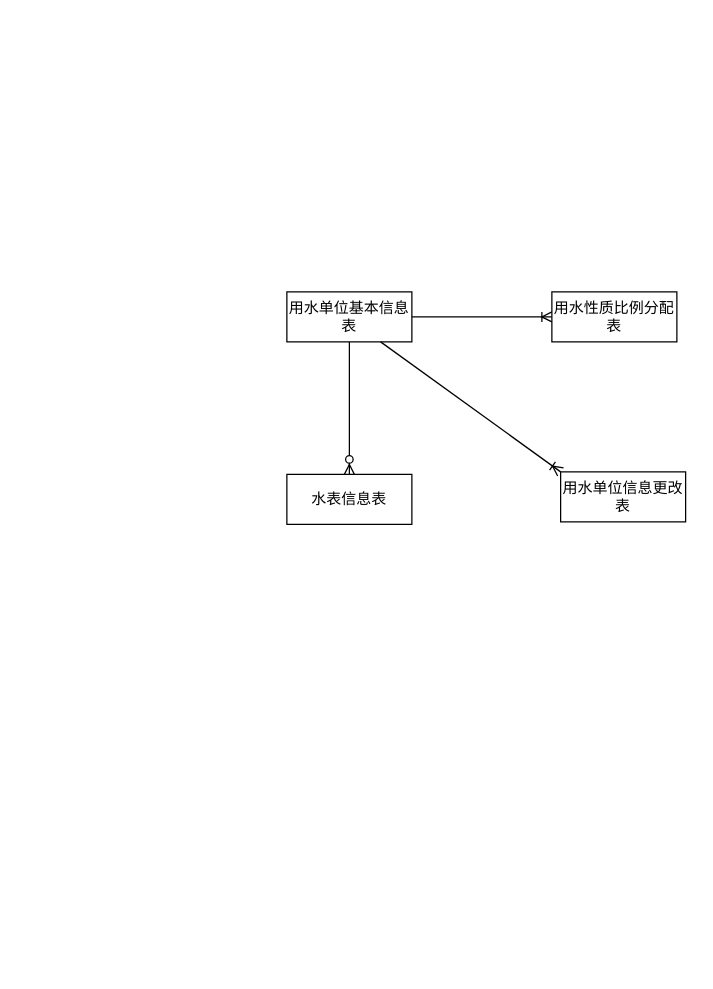
Before: file/jser.drawio in DORcode/admin-demo, a draw.io diagram. Source tidied: cells renumbered, new cells numbered last; positions are measured from the earlier drawing's top-left corner, leaving out a move shared by most shapes. Both pictures are drawn from the tidied source at 125%, with x=0, y=0 at pixel (286, 291).
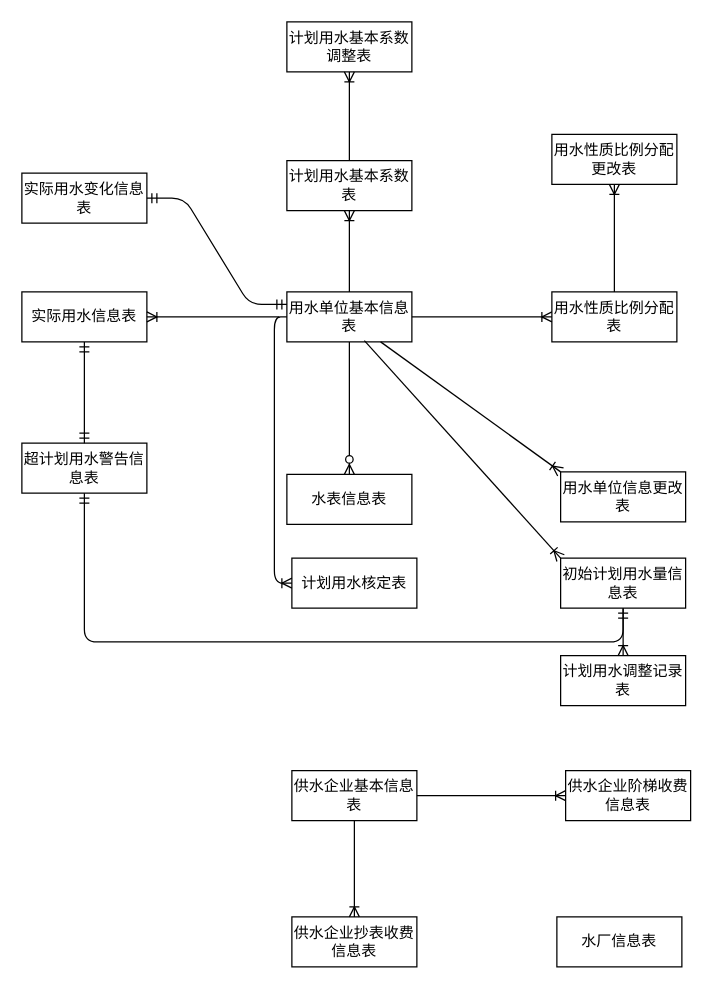
Above is the later version.

The edit, as a diff of the source:
```diff
@@
-    <mxCell id="2" value="用水单位基本信息表" style="whiteSpace=wrap;html=1;align=center;" parent="1" vertex="1">
+    <mxCell id="2" value="用水单位基本信息表" style="whiteSpace=wrap;html=1;align=center;fontFamily=仿宋;" parent="1" vertex="1">
       <mxGeometry width="100" height="40" as="geometry" />
     </mxCell>
-    <mxCell id="3" value="用水性质比例分配表" style="whiteSpace=wrap;html=1;align=center;" parent="1" vertex="1">
+    <mxCell id="3" value="用水性质比例分配表" style="whiteSpace=wrap;html=1;align=center;fontFamily=仿宋;" parent="1" vertex="1">
       <mxGeometry x="212" width="100" height="40" as="geometry" />
     </mxCell>
-    <mxCell id="4" style="edgeStyle=entityRelationEdgeStyle;fontSize=12;html=1;endArrow=ERoneToMany;exitX=1;exitY=0.5;exitDx=0;exitDy=0;entryX=0;entryY=0.5;entryDx=0;entryDy=0;" parent="1" edge="1" source="2" target="3">
+    <mxCell id="4" style="edgeStyle=entityRelationEdgeStyle;fontSize=12;html=1;endArrow=ERoneToMany;exitX=1;exitY=0.5;exitDx=0;exitDy=0;entryX=0;entryY=0.5;entryDx=0;entryDy=0;fontFamily=仿宋;" parent="1" edge="1" source="2" target="3">
       <mxGeometry relative="1" as="geometry" />
     </mxCell>
-    <mxCell id="5" value="水表信息表" style="whiteSpace=wrap;html=1;align=center;" parent="1" vertex="1">
+    <mxCell id="5" value="水表信息表" style="whiteSpace=wrap;html=1;align=center;fontFamily=仿宋;" parent="1" vertex="1">
       <mxGeometry y="146" width="100" height="40" as="geometry" />
     </mxCell>
-    <mxCell id="6" style="fontSize=12;html=1;endArrow=ERzeroToMany;endFill=1;exitX=0.5;exitY=1;exitDx=0;exitDy=0;entryX=0.5;entryY=0;entryDx=0;entryDy=0;" parent="1" edge="1" source="2" target="5">
+    <mxCell id="6" style="fontSize=12;html=1;endArrow=ERzeroToMany;endFill=1;exitX=0.5;exitY=1;exitDx=0;exitDy=0;entryX=0.5;entryY=0;entryDx=0;entryDy=0;fontFamily=仿宋;" parent="1" edge="1" source="2" target="5">
       <mxGeometry relative="1" as="geometry" />
     </mxCell>
-    <mxCell id="7" value="用水单位信息更改表" style="whiteSpace=wrap;html=1;align=center;" parent="1" vertex="1">
+    <mxCell id="7" value="用水单位信息更改表" style="whiteSpace=wrap;html=1;align=center;fontFamily=仿宋;" parent="1" vertex="1">
       <mxGeometry x="219" y="144" width="100" height="40" as="geometry" />
     </mxCell>
-    <mxCell id="8" style="fontSize=12;html=1;endArrow=ERoneToMany;exitX=0.75;exitY=1;exitDx=0;exitDy=0;entryX=0;entryY=0;entryDx=0;entryDy=0;" parent="1" edge="1" source="2" target="7">
+    <mxCell id="8" style="fontSize=12;html=1;endArrow=ERoneToMany;exitX=0.75;exitY=1;exitDx=0;exitDy=0;entryX=0;entryY=0;entryDx=0;entryDy=0;fontFamily=仿宋;" parent="1" edge="1" source="2" target="7">
       <mxGeometry relative="1" as="geometry" />
     </mxCell>
+    <mxCell id="9" value="用水性质比例分配更改表" style="whiteSpace=wrap;html=1;align=center;fontFamily=仿宋;" parent="1" vertex="1">
+      <mxGeometry x="212" y="-126" width="100" height="40" as="geometry" />
+    </mxCell>
+    <mxCell id="10" style="fontSize=12;html=1;endArrow=ERoneToMany;exitX=0.5;exitY=0;exitDx=0;exitDy=0;entryX=0.5;entryY=1;entryDx=0;entryDy=0;fontFamily=仿宋;" parent="1" edge="1" source="3" target="9">
+      <mxGeometry relative="1" as="geometry" />
+    </mxCell>
+    <mxCell id="11" value="供水企业基本信息表" style="whiteSpace=wrap;html=1;align=center;fontFamily=仿宋;" parent="1" vertex="1">
+      <mxGeometry x="4" y="383" width="100" height="40" as="geometry" />
+    </mxCell>
+    <mxCell id="12" value="供水企业阶梯收费信息表" style="whiteSpace=wrap;html=1;align=center;fontFamily=仿宋;" parent="1" vertex="1">
+      <mxGeometry x="223" y="383" width="100" height="40" as="geometry" />
+    </mxCell>
+    <mxCell id="13" value="供水企业抄表收费信息表" style="whiteSpace=wrap;html=1;align=center;fontFamily=仿宋;" parent="1" vertex="1">
+      <mxGeometry x="4" y="500" width="100" height="40" as="geometry" />
+    </mxCell>
+    <mxCell id="14" value="水厂信息表" style="whiteSpace=wrap;html=1;align=center;fontFamily=仿宋;" parent="1" vertex="1">
+      <mxGeometry x="216" y="500" width="100" height="40" as="geometry" />
+    </mxCell>
+    <mxCell id="15" value="计划用水核定表" style="whiteSpace=wrap;html=1;align=center;fontFamily=仿宋;" parent="1" vertex="1">
+      <mxGeometry x="4" y="213" width="100" height="40" as="geometry" />
+    </mxCell>
+    <mxCell id="16" value="初始计划用水量信息表" style="whiteSpace=wrap;html=1;align=center;fontFamily=仿宋;" parent="1" vertex="1">
+      <mxGeometry x="219" y="213" width="100" height="40" as="geometry" />
+    </mxCell>
+    <mxCell id="17" value="计划用水调整记录表" style="whiteSpace=wrap;html=1;align=center;fontFamily=仿宋;" parent="1" vertex="1">
+      <mxGeometry x="219" y="291" width="100" height="40" as="geometry" />
+    </mxCell>
+    <mxCell id="18" value="计划用水基本系数表" style="whiteSpace=wrap;html=1;align=center;fontFamily=仿宋;" parent="1" vertex="1">
+      <mxGeometry y="-105" width="100" height="40" as="geometry" />
+    </mxCell>
+    <mxCell id="19" value="计划用水基本系数调整表" style="whiteSpace=wrap;html=1;align=center;fontFamily=仿宋;" parent="1" vertex="1">
+      <mxGeometry y="-216" width="100" height="40" as="geometry" />
+    </mxCell>
+    <mxCell id="20" value="实际用水信息表" style="whiteSpace=wrap;html=1;align=center;fontFamily=仿宋;" parent="1" vertex="1">
+      <mxGeometry x="-212" width="100" height="40" as="geometry" />
+    </mxCell>
+    <mxCell id="21" value="实际用水变化信息表" style="whiteSpace=wrap;html=1;align=center;fontFamily=仿宋;" parent="1" vertex="1">
+      <mxGeometry x="-212" y="-95" width="100" height="40" as="geometry" />
+    </mxCell>
+    <mxCell id="22" value="超计划用水警告信息表" style="whiteSpace=wrap;html=1;align=center;fontFamily=仿宋;" parent="1" vertex="1">
+      <mxGeometry x="-212" y="121" width="100" height="40" as="geometry" />
+    </mxCell>
+    <mxCell id="23" style="edgeStyle=entityRelationEdgeStyle;fontSize=12;html=1;endArrow=ERoneToMany;exitX=1;exitY=0.5;exitDx=0;exitDy=0;entryX=0;entryY=0.5;entryDx=0;entryDy=0;fontFamily=仿宋;" parent="1" edge="1" source="11" target="12">
+      <mxGeometry relative="1" as="geometry" />
+    </mxCell>
+    <mxCell id="24" style="fontSize=12;html=1;endArrow=ERoneToMany;exitX=0.5;exitY=1;exitDx=0;exitDy=0;entryX=0.5;entryY=0;entryDx=0;entryDy=0;fontFamily=仿宋;" parent="1" edge="1" source="11" target="13">
+      <mxGeometry relative="1" as="geometry" />
+    </mxCell>
+    <mxCell id="25" style="fontSize=12;html=1;endArrow=ERoneToMany;exitX=0;exitY=0.5;exitDx=0;exitDy=0;entryX=0;entryY=0.5;entryDx=0;entryDy=0;edgeStyle=orthogonalEdgeStyle;fontFamily=仿宋;" parent="1" edge="1" source="2" target="15">
+      <mxGeometry relative="1" as="geometry" />
+    </mxCell>
+    <mxCell id="26" style="fontSize=12;html=1;endArrow=ERoneToMany;exitX=0.62;exitY=0.975;exitDx=0;exitDy=0;exitPerimeter=0;elbow=vertical;entryX=0;entryY=0;entryDx=0;entryDy=0;fontFamily=仿宋;" parent="1" edge="1" source="2" target="16">
+      <mxGeometry relative="1" as="geometry" />
+    </mxCell>
+    <mxCell id="27" style="fontSize=12;html=1;endArrow=ERoneToMany;exitX=0.5;exitY=1;exitDx=0;exitDy=0;entryX=0.5;entryY=0;entryDx=0;entryDy=0;fontFamily=仿宋;" parent="1" edge="1" source="16" target="17">
+      <mxGeometry relative="1" as="geometry" />
+    </mxCell>
+    <mxCell id="28" style="fontSize=12;html=1;endArrow=ERoneToMany;exitX=0.5;exitY=0;exitDx=0;exitDy=0;entryX=0.5;entryY=1;entryDx=0;entryDy=0;fontFamily=仿宋;" parent="1" edge="1" source="2" target="18">
+      <mxGeometry relative="1" as="geometry" />
+    </mxCell>
+    <mxCell id="29" style="fontSize=12;html=1;endArrow=ERoneToMany;exitX=0.5;exitY=0;exitDx=0;exitDy=0;entryX=0.5;entryY=1;entryDx=0;entryDy=0;fontFamily=仿宋;" parent="1" edge="1" source="18" target="19">
+      <mxGeometry relative="1" as="geometry" />
+    </mxCell>
+    <mxCell id="30" style="fontSize=12;html=1;endArrow=ERoneToMany;entryX=1;entryY=0.5;entryDx=0;entryDy=0;fontFamily=仿宋;" parent="1" edge="1" target="20">
+      <mxGeometry relative="1" as="geometry">
+        <mxPoint x="-6" y="20" as="sourcePoint" />
+      </mxGeometry>
+    </mxCell>
+    <mxCell id="31" style="edgeStyle=entityRelationEdgeStyle;fontSize=12;html=1;endArrow=ERmandOne;startArrow=ERmandOne;entryX=0;entryY=0.25;entryDx=0;entryDy=0;" parent="1" edge="1" source="21" target="2">
+      <mxGeometry relative="1" as="geometry" />
+    </mxCell>
+    <mxCell id="32" style="fontSize=12;html=1;endArrow=ERmandOne;startArrow=ERmandOne;entryX=0.5;entryY=1;entryDx=0;entryDy=0;exitX=0.5;exitY=0;exitDx=0;exitDy=0;" parent="1" edge="1" source="22" target="20">
+      <mxGeometry relative="1" as="geometry" />
+    </mxCell>
+    <mxCell id="33" style="edgeStyle=orthogonalEdgeStyle;fontSize=12;html=1;endArrow=ERmandOne;startArrow=ERmandOne;" parent="1" edge="1" source="22" target="16">
+      <mxGeometry relative="1" as="geometry">
+        <Array as="points">
+          <mxPoint x="-162" y="280" />
+          <mxPoint x="269" y="280" />
+        </Array>
+      </mxGeometry>
+    </mxCell>
```
